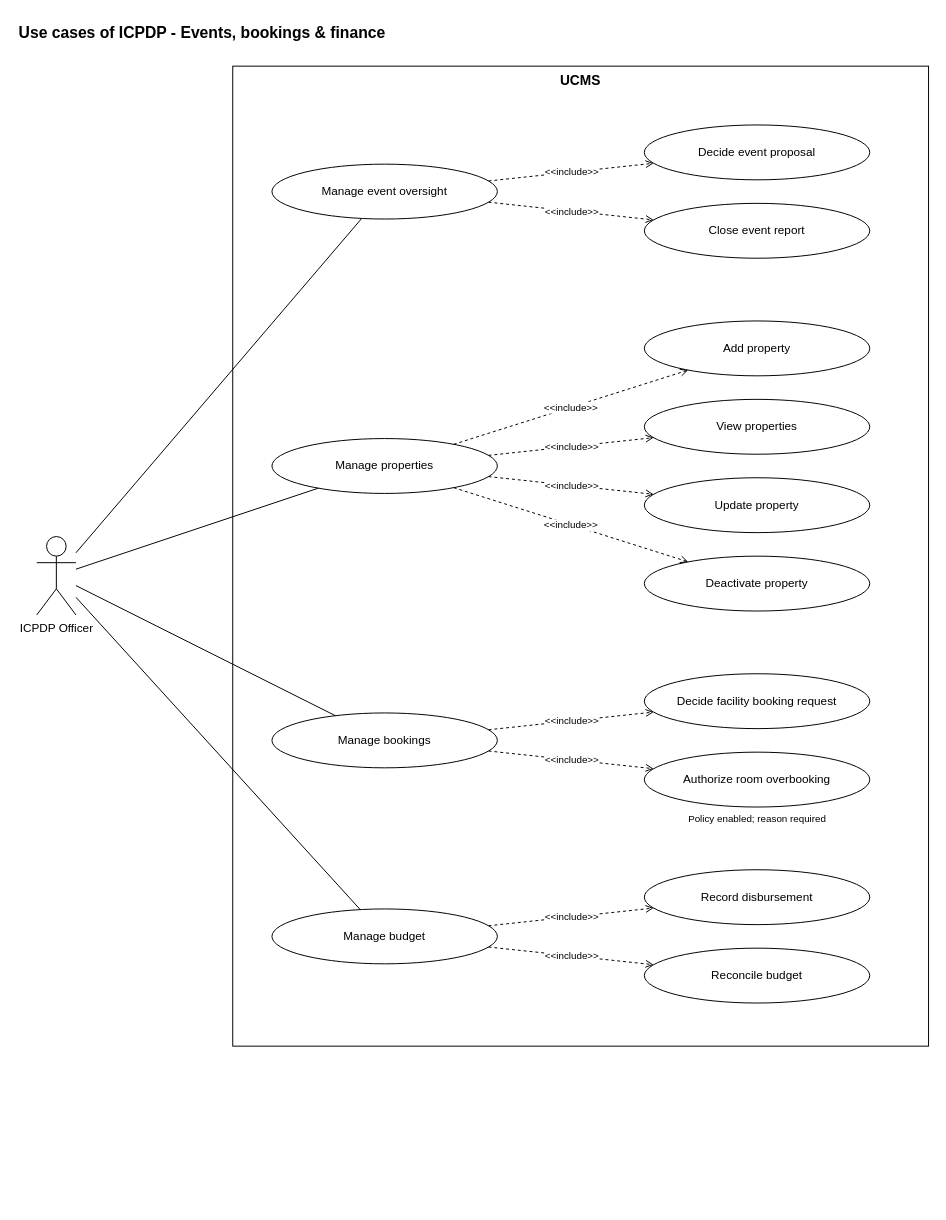
Earlier version of the draw.io diagram page "ICPDP 2 - Events, bookings & finance" (8 of 9) of docs/03-diagrams/UCMS_UseCase_ByActor.drawio (nvdekay/ClubManagementSystem). Source tidied: cells renumbered, new cells numbered last; positions are measured from the earlier drawing's top-left corner, leaving out a move shared by most shapes. Both pictures are drawn from the tidied source at 98%, with x=0, y=0 at pixel (17, 17).
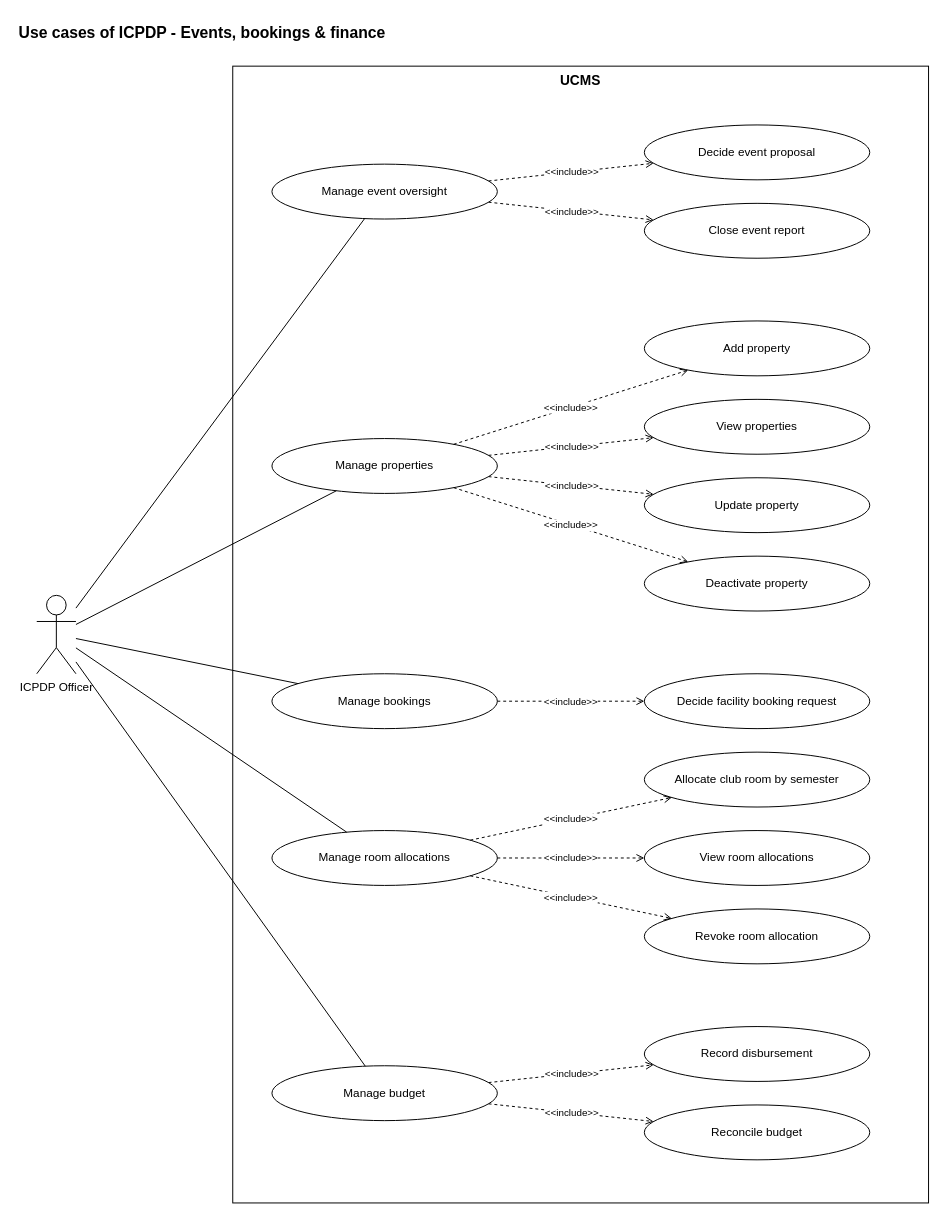
The same diagram, later.

The edit, as a diff of the source:
```diff
@@
     <mxCell id="3" value="UCMS" style="rounded=0;whiteSpace=wrap;html=1;fillColor=none;strokeColor=#000000;verticalAlign=top;fontStyle=1;fontSize=14;" parent="1" vertex="1">
-      <mxGeometry x="220" y="50" width="710" height="1000" as="geometry" />
+      <mxGeometry x="220" y="50" width="710" height="1160" as="geometry" />
     </mxCell>
     <mxCell id="4" value="ICPDP Officer" style="shape=umlActor;verticalLabelPosition=bottom;verticalAlign=top;html=1;outlineConnect=0;fillColor=#ffffff;strokeColor=#000000;" parent="1" vertex="1">
-      <mxGeometry x="20" y="530" width="40" height="80" as="geometry" />
+      <mxGeometry x="20" y="590" width="40" height="80" as="geometry" />
     </mxCell>
@@
     <mxCell id="21" value="Manage bookings" style="ellipse;whiteSpace=wrap;html=1;fillColor=#ffffff;strokeColor=#000000;fontSize=12;" parent="1" vertex="1">
-      <mxGeometry x="260" y="710" width="230" height="56" as="geometry" />
+      <mxGeometry x="260" y="670" width="230" height="56" as="geometry" />
     </mxCell>
@@
     <mxCell id="25" value="Manage budget" style="ellipse;whiteSpace=wrap;html=1;fillColor=#ffffff;strokeColor=#000000;fontSize=12;" parent="1" vertex="1">
-      <mxGeometry x="260" y="910" width="230" height="56" as="geometry" />
+      <mxGeometry x="260" y="1070" width="230" height="56" as="geometry" />
     </mxCell>
@@
     <mxCell id="27" value="Record disbursement" style="ellipse;whiteSpace=wrap;html=1;fillColor=#ffffff;strokeColor=#000000;fontSize=12;" parent="1" vertex="1">
-      <mxGeometry x="640" y="870" width="230" height="56" as="geometry" />
+      <mxGeometry x="640" y="1030" width="230" height="56" as="geometry" />
     </mxCell>
@@
     <mxCell id="29" value="Reconcile budget" style="ellipse;whiteSpace=wrap;html=1;fillColor=#ffffff;strokeColor=#000000;fontSize=12;" parent="1" vertex="1">
-      <mxGeometry x="640" y="950" width="230" height="56" as="geometry" />
+      <mxGeometry x="640" y="1110" width="230" height="56" as="geometry" />
     </mxCell>
@@
-    <mxCell id="31" value="Authorize room overbooking" style="ellipse;whiteSpace=wrap;html=1;fillColor=#ffffff;strokeColor=#000000;fontSize=12;" parent="1" vertex="1">
-      <mxGeometry x="640" y="750" width="230" height="56" as="geometry" />
-    </mxCell>
-    <mxCell id="32" value="&amp;lt;&amp;lt;include&amp;gt;&amp;gt;" style="endArrow=open;dashed=1;html=1;strokeColor=#000000;fontSize=10;labelBackgroundColor=#ffffff;" parent="1" edge="1" source="21" target="31">
-      <mxGeometry relative="1" as="geometry" />
-    </mxCell>
-    <mxCell id="33" value="Policy enabled; reason required" style="text;html=1;align=center;fontSize=10;" parent="1" vertex="1">
-      <mxGeometry x="640" y="806" width="230" height="20" as="geometry" />
-    </mxCell>
+    <mxCell id="34" value="Manage room allocations" style="ellipse;whiteSpace=wrap;html=1;fillColor=#ffffff;strokeColor=#000000;fontSize=12;" parent="1" vertex="1">
+      <mxGeometry x="260" y="830" width="230" height="56" as="geometry" />
+    </mxCell>
+    <mxCell id="35" style="endArrow=none;html=1;strokeColor=#000000;" parent="1" edge="1" source="4" target="34">
+      <mxGeometry relative="1" as="geometry" />
+    </mxCell>
+    <mxCell id="36" value="Allocate club room by semester" style="ellipse;whiteSpace=wrap;html=1;fillColor=#ffffff;strokeColor=#000000;fontSize=12;" parent="1" vertex="1">
+      <mxGeometry x="640" y="750" width="230" height="56" as="geometry" />
+    </mxCell>
+    <mxCell id="37" value="&amp;lt;&amp;lt;include&amp;gt;&amp;gt;" style="endArrow=open;dashed=1;html=1;strokeColor=#000000;fontSize=10;labelBackgroundColor=#ffffff;" parent="1" edge="1" source="34" target="36">
+      <mxGeometry relative="1" as="geometry" />
+    </mxCell>
+    <mxCell id="38" value="View room allocations" style="ellipse;whiteSpace=wrap;html=1;fillColor=#ffffff;strokeColor=#000000;fontSize=12;" parent="1" vertex="1">
+      <mxGeometry x="640" y="830" width="230" height="56" as="geometry" />
+    </mxCell>
+    <mxCell id="39" value="&amp;lt;&amp;lt;include&amp;gt;&amp;gt;" style="endArrow=open;dashed=1;html=1;strokeColor=#000000;fontSize=10;labelBackgroundColor=#ffffff;" parent="1" edge="1" source="34" target="38">
+      <mxGeometry relative="1" as="geometry" />
+    </mxCell>
+    <mxCell id="40" value="Revoke room allocation" style="ellipse;whiteSpace=wrap;html=1;fillColor=#ffffff;strokeColor=#000000;fontSize=12;" parent="1" vertex="1">
+      <mxGeometry x="640" y="910" width="230" height="56" as="geometry" />
+    </mxCell>
+    <mxCell id="41" value="&amp;lt;&amp;lt;include&amp;gt;&amp;gt;" style="endArrow=open;dashed=1;html=1;strokeColor=#000000;fontSize=10;labelBackgroundColor=#ffffff;" parent="1" edge="1" source="34" target="40">
+      <mxGeometry relative="1" as="geometry" />
+    </mxCell>
```
